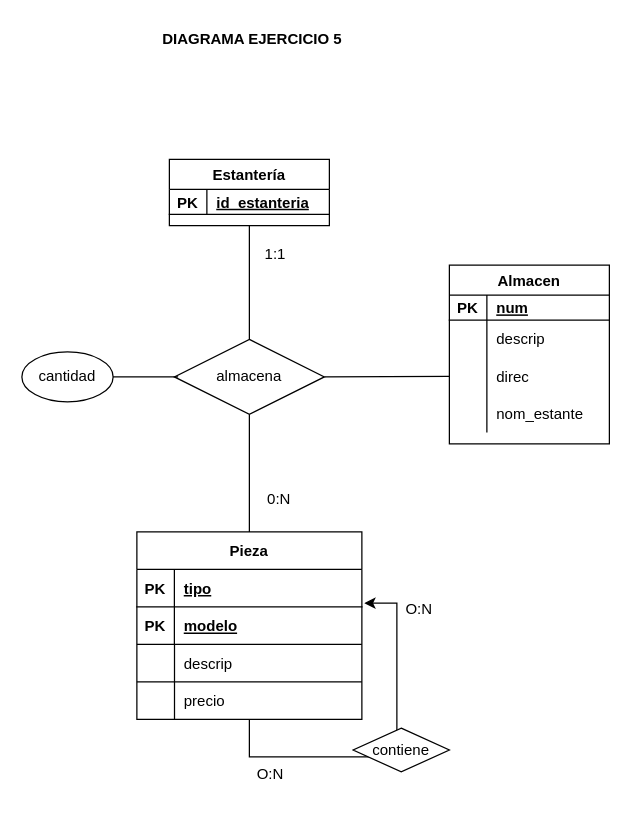
The draw.io diagram Ex5.drawio in JuanMarinG/TA12_MYSQL, before the edit. Source tidied: cells renumbered, new cells numbered last; positions are measured from the earlier drawing's top-left corner, leaving out a move shared by most shapes. Both pictures are drawn from the tidied source at 125%, with x=0, y=0 at pixel (21, 21).
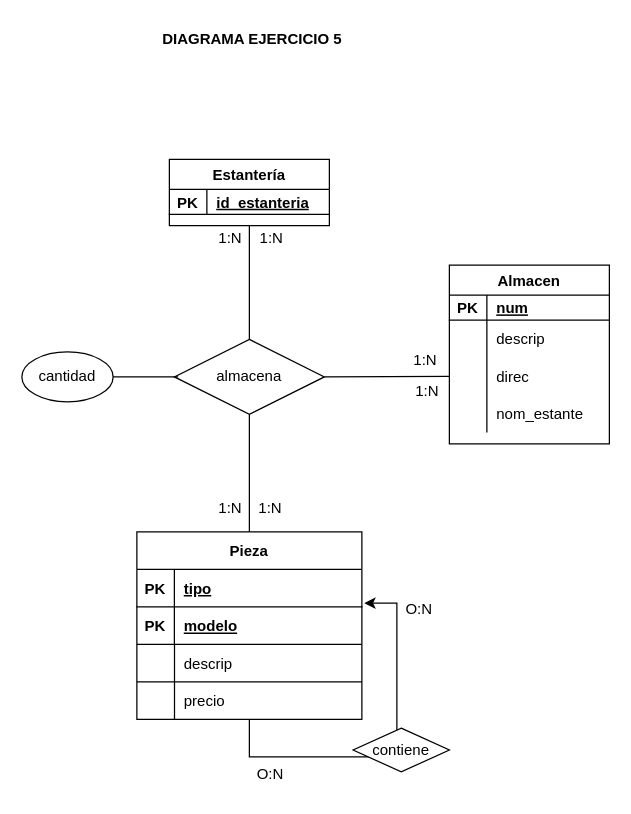
The same page after the edit.

Change to the diagram source:
```diff
@@
-    <mxCell id="33" value="0:N" style="text;html=1;strokeColor=none;fillColor=none;align=center;verticalAlign=middle;whiteSpace=wrap;rounded=0;" parent="1" vertex="1">
-      <mxGeometry x="176" y="367" width="60" height="30" as="geometry" />
+    <mxCell id="33" value="1:N" style="text;html=1;strokeColor=none;fillColor=none;align=center;verticalAlign=middle;whiteSpace=wrap;rounded=0;" parent="1" vertex="1">
+      <mxGeometry x="169" y="374" width="60" height="30" as="geometry" />
     </mxCell>
-    <mxCell id="34" value="1:1" style="text;html=1;strokeColor=none;fillColor=none;align=center;verticalAlign=middle;whiteSpace=wrap;rounded=0;" parent="1" vertex="1">
-      <mxGeometry x="173" y="171" width="60" height="30" as="geometry" />
+    <mxCell id="34" value="1:N" style="text;html=1;strokeColor=none;fillColor=none;align=center;verticalAlign=middle;whiteSpace=wrap;rounded=0;" parent="1" vertex="1">
+      <mxGeometry x="170" y="158" width="60" height="30" as="geometry" />
     </mxCell>
@@
+    <mxCell id="45" value="1:N" style="text;html=1;align=center;verticalAlign=middle;strokeColor=none;fillColor=none;" parent="1" vertex="1">
+      <mxGeometry x="305" y="283" width="37" height="26" as="geometry" />
+    </mxCell>
+    <mxCell id="46" value="1:N" style="text;html=1;strokeColor=none;fillColor=none;align=center;verticalAlign=middle;whiteSpace=wrap;rounded=0;" parent="1" vertex="1">
+      <mxGeometry x="292.5" y="256" width="60" height="30" as="geometry" />
+    </mxCell>
+    <mxCell id="47" value="1:N" style="text;html=1;strokeColor=none;fillColor=none;align=center;verticalAlign=middle;whiteSpace=wrap;rounded=0;" parent="1" vertex="1">
+      <mxGeometry x="137" y="374" width="60" height="30" as="geometry" />
+    </mxCell>
+    <mxCell id="48" value="1:N" style="text;html=1;strokeColor=none;fillColor=none;align=center;verticalAlign=middle;whiteSpace=wrap;rounded=0;" parent="1" vertex="1">
+      <mxGeometry x="137" y="158" width="60" height="30" as="geometry" />
+    </mxCell>
```
